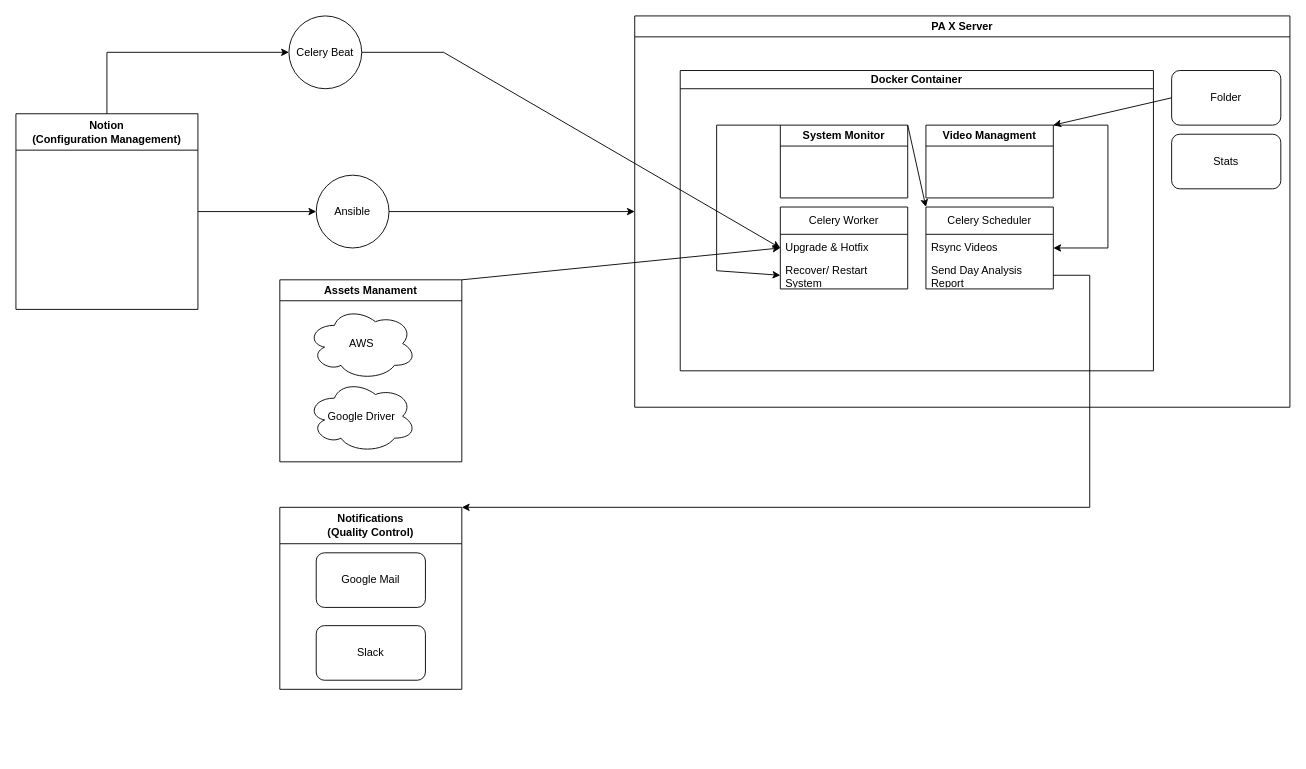
The draw.io diagram OperationPlatform.drawio in QAlexBall/diagrams, before the edit. Source tidied: cells renumbered, new cells numbered last; positions are measured from the earlier drawing's top-left corner, leaving out a move shared by most shapes. Both pictures are drawn from the tidied source at 91%, with x=0, y=0 at pixel (15, 15).
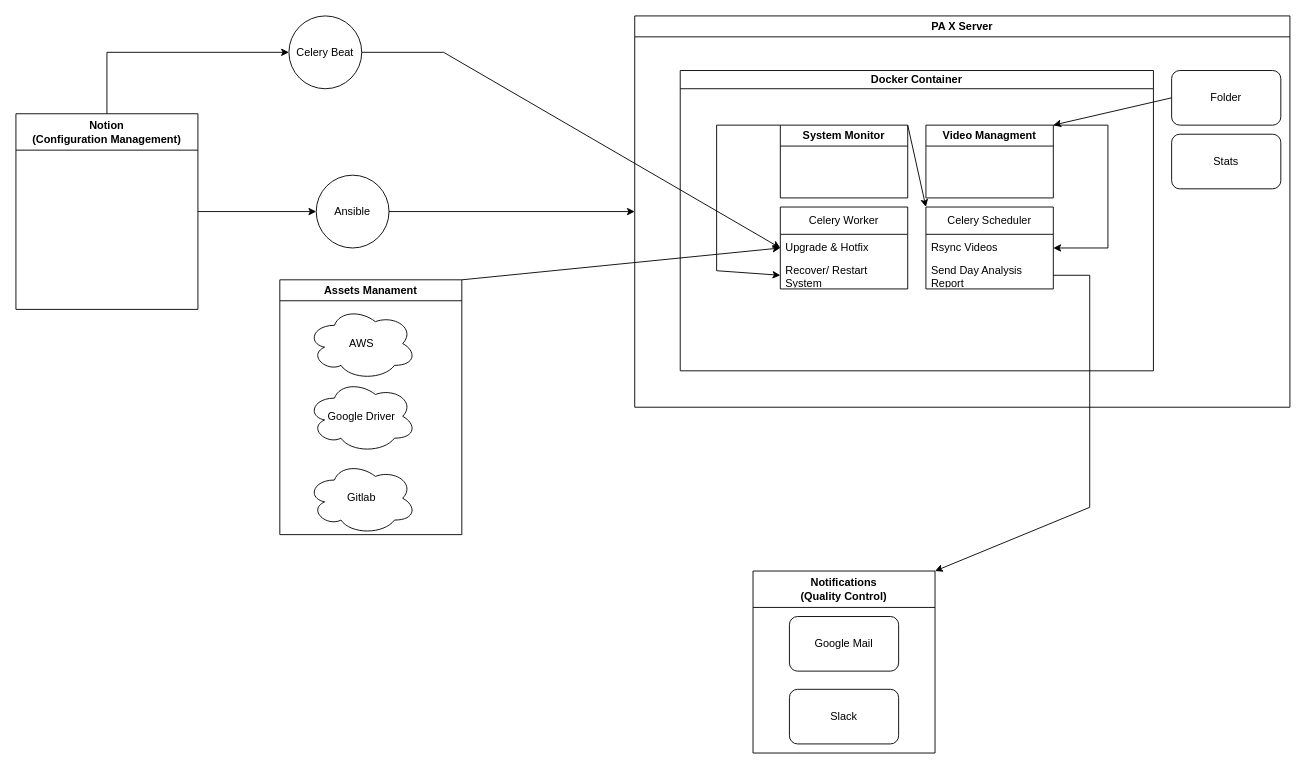
The same diagram, later.

Change to the diagram source:
```diff
@@
     <mxCell id="22" value="Assets Manament" style="swimlane;whiteSpace=wrap;html=1;" parent="1" vertex="1">
-      <mxGeometry x="290" y="290" width="200" height="200" as="geometry" />
+      <mxGeometry x="290" y="290" width="200" height="280" as="geometry" />
     </mxCell>
@@
+    <mxCell id="33" value="Gitlab" style="ellipse;shape=cloud;whiteSpace=wrap;html=1;" parent="22" vertex="1">
+      <mxGeometry x="30" y="200" width="120" height="80" as="geometry" />
+    </mxCell>
     <mxCell id="25" value="Notifications&lt;br&gt;(Quality Control)" style="swimlane;whiteSpace=wrap;html=1;startSize=40;" parent="1" vertex="1">
-      <mxGeometry x="290" y="540" width="200" height="200" as="geometry" />
+      <mxGeometry x="810" y="610" width="200" height="200" as="geometry" />
     </mxCell>
```
